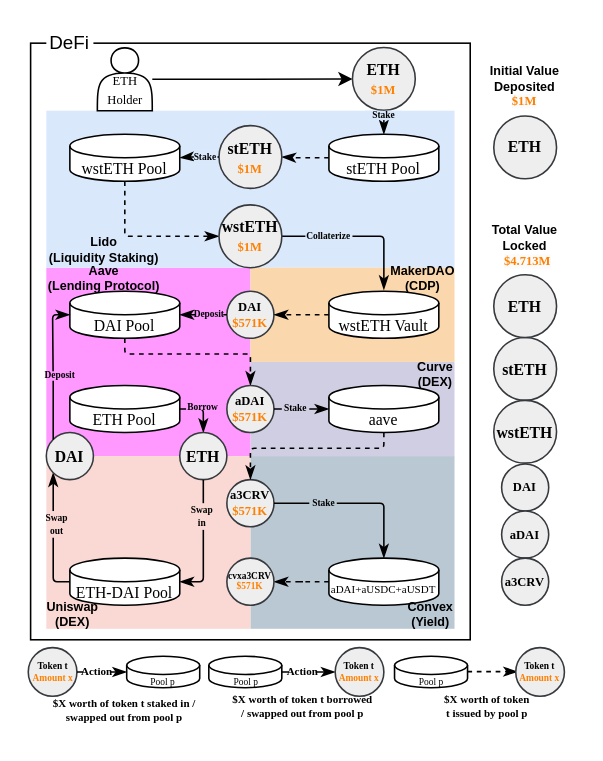
Above: diagrams/complexity.drawio in lyc0603/tvl-measurement (draw.io), before the change. Source tidied: cells renumbered, new cells numbered last; positions are measured from the earlier drawing's top-left corner, leaving out a move shared by most shapes. Both pictures are drawn from the tidied source at 157%, with x=0, y=0 at pixel (27, 27).
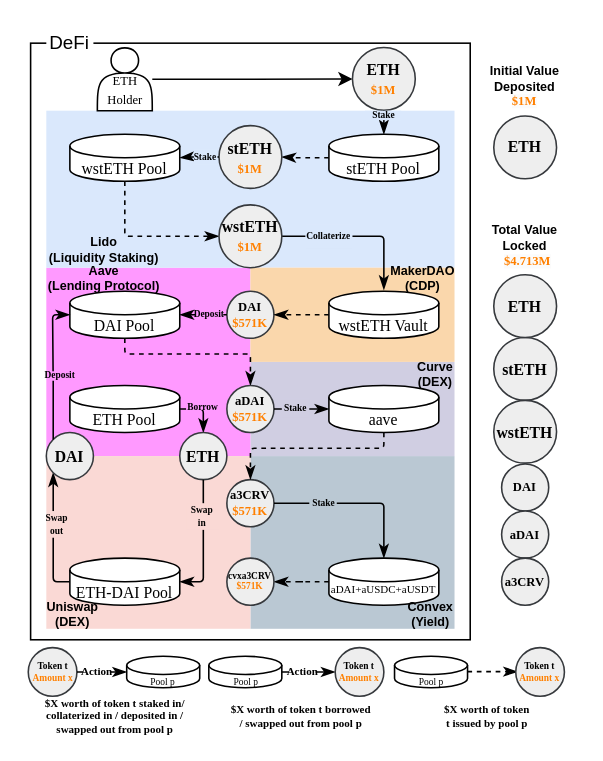
The same diagram, later.

What changed in the source:
```diff
@@
-    <mxCell id="58" value="$X worth of token t staked in / swapped out from pool p" style="text;html=1;strokeColor=none;fillColor=none;align=center;verticalAlign=middle;whiteSpace=wrap;rounded=0;fontFamily=Times New Roman;fontSize=7;fontStyle=1;" parent="1" vertex="1">
-      <mxGeometry x="14.2" y="428" width="95.5" height="13" as="geometry" />
+    <mxCell id="58" value="$X worth of token t staked in/ collaterized in / deposited in / swapped out from pool p" style="text;html=1;strokeColor=none;fillColor=none;align=center;verticalAlign=middle;whiteSpace=wrap;rounded=0;fontFamily=Times New Roman;fontSize=7;fontStyle=1;" parent="1" vertex="1">
+      <mxGeometry x="2" y="432" width="107.8" height="13" as="geometry" />
     </mxCell>
@@
     <mxCell id="71" value="$X worth of token t&amp;nbsp;borrowed / swapped out from pool p" style="text;html=1;strokeColor=none;fillColor=none;align=center;verticalAlign=middle;whiteSpace=wrap;rounded=0;fontFamily=Times New Roman;fontSize=7;fontStyle=1;" parent="1" vertex="1">
-      <mxGeometry x="128.8" y="426" width="93.2" height="13" as="geometry" />
+      <mxGeometry x="128.4" y="432" width="93.2" height="13" as="geometry" />
     </mxCell>
     <mxCell id="72" value="$X worth of token t&amp;nbsp;issued by pool p" style="text;html=1;strokeColor=none;fillColor=none;align=center;verticalAlign=middle;whiteSpace=wrap;rounded=0;fontFamily=Times New Roman;fontSize=7;fontStyle=1;" parent="1" vertex="1">
-      <mxGeometry x="258.8" y="426" width="68.2" height="13" as="geometry" />
+      <mxGeometry x="258.8" y="432" width="68.2" height="13" as="geometry" />
     </mxCell>
```
